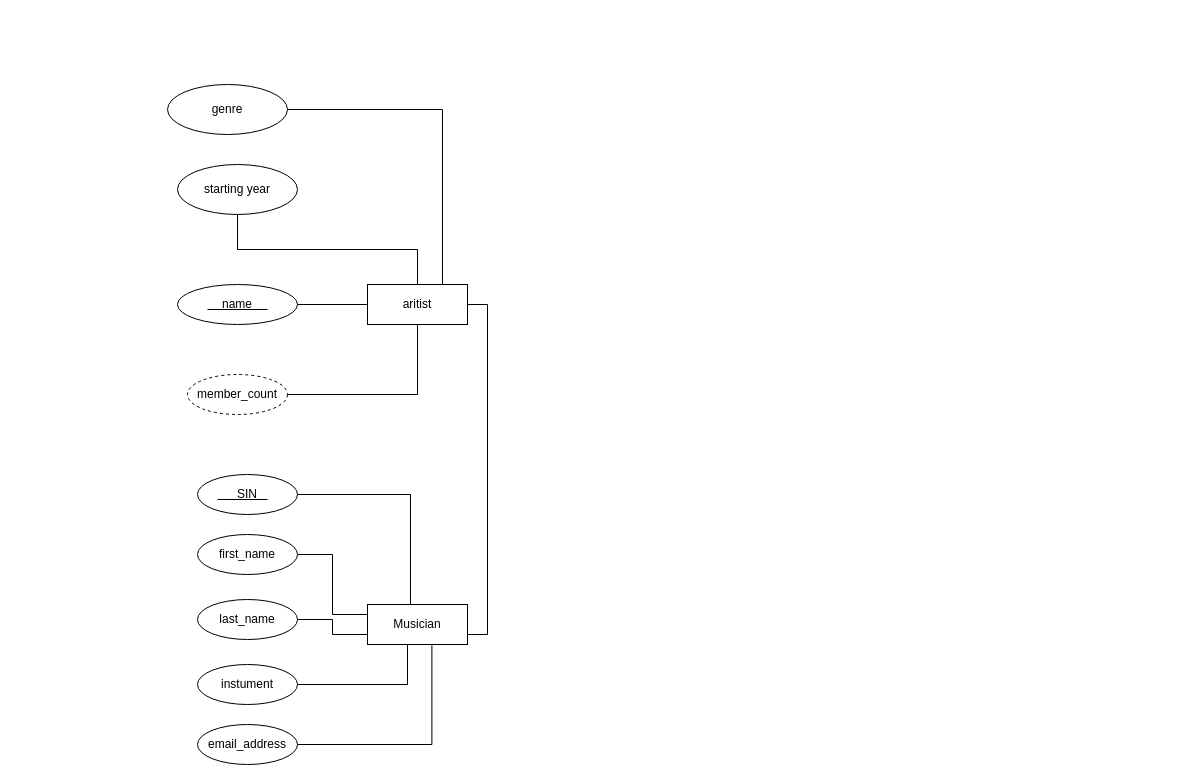
zzzyz7/drawio-storage keeps this draw.io diagram as cmpt354-A1.drawio. Above is the earlier version. Source tidied: cells renumbered, new cells numbered last; positions are measured from the earlier drawing's top-left corner, leaving out a move shared by most shapes. Both pictures are drawn from the tidied source at 100%, with x=0, y=0 at pixel (167, 84).
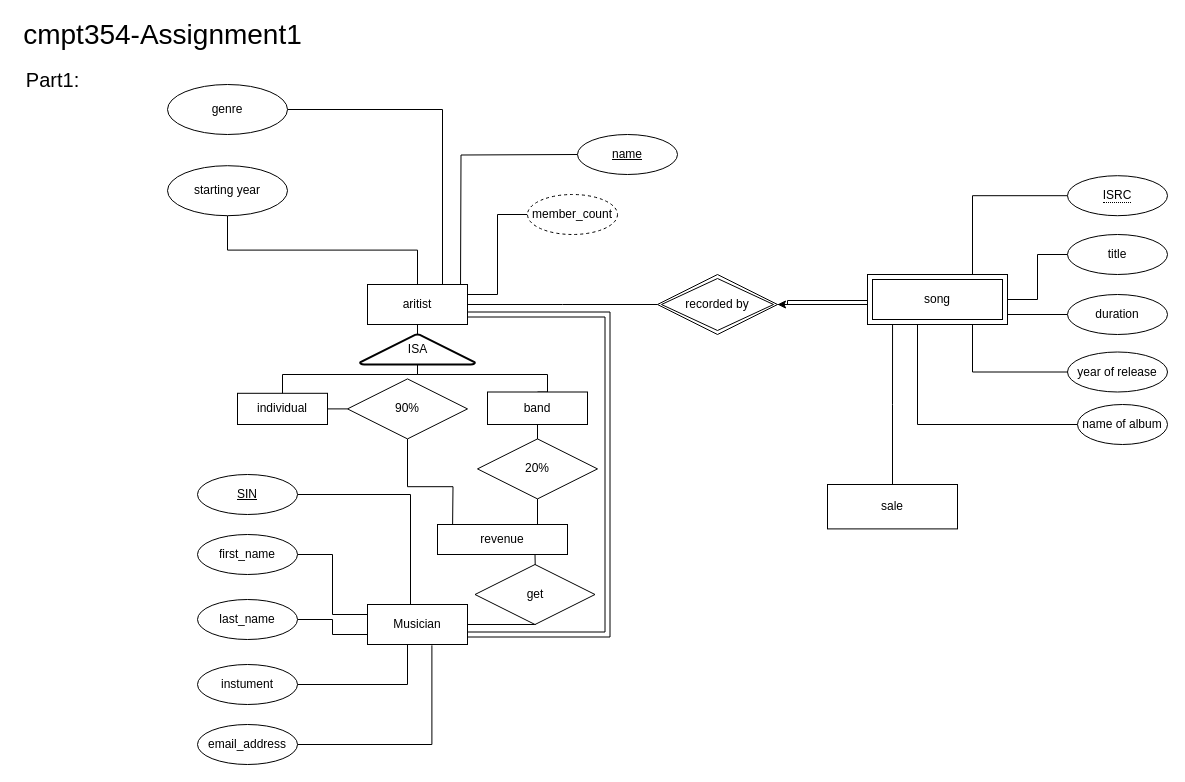
After the change.

Unchanged cells that the change refers to:
```xml
<mxCell id="8" value="aritist" style="whiteSpace=wrap;html=1;align=center;" parent="1" vertex="1">
  <mxGeometry x="200" y="200" width="100" height="40" as="geometry" />
</mxCell>
<mxCell id="13" value="Musician" style="whiteSpace=wrap;html=1;align=center;" parent="1" vertex="1">
  <mxGeometry x="200" y="520" width="100" height="40" as="geometry" />
</mxCell>
```

What changed in the source:
```diff
@@
-    <mxCell id="2" value="name" style="ellipse;whiteSpace=wrap;html=1;" parent="1" vertex="1">
-      <mxGeometry x="10" y="200" width="120" height="40" as="geometry" />
-    </mxCell>
+    <mxCell id="26" style="edgeStyle=orthogonalEdgeStyle;rounded=0;orthogonalLoop=1;jettySize=auto;html=1;exitX=0.5;exitY=1;exitDx=0;exitDy=0;endArrow=none;endFill=0;" parent="1" edge="1">
+      <mxGeometry relative="1" as="geometry">
+        <mxPoint x="410" y="70" as="sourcePoint" />
+        <mxPoint x="293" y="210" as="targetPoint" />
+      </mxGeometry>
+    </mxCell>
@@
     <mxCell id="4" value="starting year" style="ellipse;whiteSpace=wrap;html=1;" parent="1" vertex="1">
-      <mxGeometry x="10" y="80" width="120" height="50" as="geometry" />
+      <mxGeometry y="81.2" width="120" height="50" as="geometry" />
     </mxCell>
@@
+    <mxCell id="27" style="edgeStyle=orthogonalEdgeStyle;rounded=0;jettySize=auto;html=1;entryX=0;entryY=0.5;entryDx=0;entryDy=0;startArrow=none;startFill=0;endArrow=none;endFill=0;" parent="1" edge="1" source="8" target="10">
+      <mxGeometry relative="1" as="geometry">
+        <Array as="points">
+          <mxPoint x="330" y="210" />
+          <mxPoint x="330" y="130" />
+        </Array>
+      </mxGeometry>
+    </mxCell>
-    <mxCell id="7" style="edgeStyle=orthogonalEdgeStyle;rounded=0;jettySize=auto;html=1;exitX=1;exitY=0.5;exitDx=0;exitDy=0;entryX=1;entryY=0.75;entryDx=0;entryDy=0;endArrow=none;endFill=0;" parent="1" edge="1" source="8" target="13">
-      <mxGeometry relative="1" as="geometry" />
+    <mxCell id="7" style="edgeStyle=orthogonalEdgeStyle;rounded=0;jettySize=auto;html=1;exitX=1;exitY=0.75;exitDx=0;exitDy=0;entryX=1;entryY=0.75;entryDx=0;entryDy=0;startArrow=none;startFill=0;endArrow=none;endFill=0;shape=link;width=5;" parent="1" edge="1" source="8" target="13">
+      <mxGeometry relative="1" as="geometry">
+        <Array as="points">
+          <mxPoint x="440" y="230" />
+          <mxPoint x="440" y="550" />
+        </Array>
+      </mxGeometry>
     </mxCell>
+    <mxCell id="28" style="edgeStyle=orthogonalEdgeStyle;rounded=0;jettySize=auto;html=1;entryX=0;entryY=0.5;entryDx=0;entryDy=0;startArrow=none;startFill=0;endArrow=none;endFill=0;" parent="1" edge="1" source="8">
+      <mxGeometry relative="1" as="geometry">
+        <mxPoint x="490" y="220" as="targetPoint" />
+      </mxGeometry>
+    </mxCell>
@@
-    <mxCell id="9" style="edgeStyle=orthogonalEdgeStyle;rounded=0;jettySize=auto;html=1;exitX=1;exitY=0.5;exitDx=0;exitDy=0;entryX=0.5;entryY=1;entryDx=0;entryDy=0;endArrow=none;endFill=0;" parent="1" edge="1" source="10" target="8">
-      <mxGeometry relative="1" as="geometry" />
-    </mxCell>
     <mxCell id="10" value="member_count" style="ellipse;whiteSpace=wrap;html=1;align=center;dashed=1;" parent="1" vertex="1">
-      <mxGeometry x="20" y="290" width="100" height="40" as="geometry" />
+      <mxGeometry x="360" y="110" width="90" height="40" as="geometry" />
     </mxCell>
-    <mxCell id="11" style="endArrow=none;html=1;rounded=0;entryX=1;entryY=0.5;entryDx=0;entryDy=0;" parent="1" edge="1" target="2">
-      <mxGeometry relative="1" as="geometry">
-        <mxPoint x="200" y="220" as="sourcePoint" />
-      </mxGeometry>
-    </mxCell>
@@
+    <mxCell id="29" style="edgeStyle=orthogonalEdgeStyle;rounded=0;jettySize=auto;html=1;entryX=0.75;entryY=1;entryDx=0;entryDy=0;startArrow=none;startFill=0;endArrow=none;endFill=0;" parent="1" edge="1" source="13" target="39">
+      <mxGeometry relative="1" as="geometry">
+        <Array as="points">
+          <mxPoint x="368" y="540" />
+          <mxPoint x="368" y="495" />
+        </Array>
+      </mxGeometry>
+    </mxCell>
@@
-    <mxCell id="14" style="line;strokeWidth=1;dashed=0;labelPosition=right;align=left;verticalAlign=middle;spacingTop=0;spacingLeft=6;" parent="1" vertex="1">
-      <mxGeometry x="40" y="220" width="60" height="10" as="geometry" />
-    </mxCell>
-    <mxCell id="15" style="edgeStyle=orthogonalEdgeStyle;rounded=0;jettySize=auto;html=1;exitX=1;exitY=0.5;exitDx=0;exitDy=0;endArrow=none;endFill=0;entryX=0.5;entryY=0;entryDx=0;entryDy=0;" parent="1" edge="1" source="16" target="13">
+    <mxCell id="15" style="edgeStyle=orthogonalEdgeStyle;rounded=0;jettySize=auto;html=1;exitX=1;exitY=0.5;exitDx=0;exitDy=0;endArrow=none;endFill=0;entryX=0.5;entryY=0;entryDx=0;entryDy=0;" parent="1" edge="1" target="13">
       <mxGeometry relative="1" as="geometry">
+        <mxPoint x="130" y="410" as="sourcePoint" />
         <Array as="points">
           <mxPoint x="243" y="410" />
           <mxPoint x="243" y="520" />
         </Array>
       </mxGeometry>
     </mxCell>
-    <mxCell id="16" value="SIN" style="ellipse;whiteSpace=wrap;html=1;align=center;" parent="1" vertex="1">
-      <mxGeometry x="30" y="390" width="100" height="40" as="geometry" />
-    </mxCell>
-    <mxCell id="17" style="line;strokeWidth=1;dashed=0;labelPosition=right;align=left;verticalAlign=middle;spacingTop=0;spacingLeft=6;" parent="1" vertex="1">
-      <mxGeometry x="50" y="410" width="50" height="10" as="geometry" />
-    </mxCell>
@@
+    <mxCell id="16" value="SIN" style="ellipse;whiteSpace=wrap;html=1;align=center;fontStyle=4;" parent="1" vertex="1">
+      <mxGeometry x="30" y="390" width="100" height="40" as="geometry" />
+    </mxCell>
+    <mxCell id="2" value="name" style="ellipse;whiteSpace=wrap;html=1;align=center;fontStyle=4;" parent="1" vertex="1">
+      <mxGeometry x="410" y="50" width="100" height="40" as="geometry" />
+    </mxCell>
+    <mxCell id="30" style="edgeStyle=orthogonalEdgeStyle;rounded=0;orthogonalLoop=1;jettySize=auto;html=1;exitX=0.5;exitY=1;exitDx=0;exitDy=0;endArrow=none;endFill=0;" parent="1" edge="1">
+      <mxGeometry relative="1" as="geometry">
+        <mxPoint x="390" y="350" as="sourcePoint" />
+        <mxPoint x="390" y="350" as="targetPoint" />
+      </mxGeometry>
+    </mxCell>
+    <mxCell id="31" style="edgeStyle=orthogonalEdgeStyle;rounded=0;jettySize=auto;html=1;exitX=0.5;exitY=0;exitDx=0;exitDy=0;entryX=0.5;entryY=1;entryDx=0;entryDy=0;startArrow=none;startFill=0;endArrow=none;endFill=0;" parent="1" edge="1" source="37" target="8">
+      <mxGeometry relative="1" as="geometry" />
+    </mxCell>
+    <mxCell id="32" style="edgeStyle=orthogonalEdgeStyle;rounded=0;jettySize=auto;html=1;startArrow=none;startFill=0;endArrow=none;endFill=0;" parent="1" edge="1" source="41">
+      <mxGeometry relative="1" as="geometry">
+        <mxPoint x="285" y="450" as="targetPoint" />
+      </mxGeometry>
+    </mxCell>
+    <mxCell id="33" value="individual" style="whiteSpace=wrap;html=1;align=center;" parent="1" vertex="1">
+      <mxGeometry x="70" y="308.8" width="90" height="31.2" as="geometry" />
+    </mxCell>
+    <mxCell id="34" style="edgeStyle=orthogonalEdgeStyle;rounded=0;jettySize=auto;html=1;exitX=0.5;exitY=0;exitDx=0;exitDy=0;startArrow=none;startFill=0;endArrow=none;endFill=0;" parent="1" edge="1" source="36">
+      <mxGeometry relative="1" as="geometry">
+        <mxPoint x="250" y="240" as="targetPoint" />
+        <Array as="points">
+          <mxPoint x="380" y="308" />
+          <mxPoint x="380" y="290" />
+          <mxPoint x="250" y="290" />
+        </Array>
+      </mxGeometry>
+    </mxCell>
+    <mxCell id="35" style="edgeStyle=orthogonalEdgeStyle;rounded=0;jettySize=auto;html=1;entryX=0.832;entryY=0.033;entryDx=0;entryDy=0;entryPerimeter=0;startArrow=none;startFill=0;endArrow=none;endFill=0;" parent="1" edge="1" source="36" target="39">
+      <mxGeometry relative="1" as="geometry">
+        <Array as="points">
+          <mxPoint x="370" y="441" />
+        </Array>
+      </mxGeometry>
+    </mxCell>
+    <mxCell id="36" value="band" style="whiteSpace=wrap;html=1;align=center;" parent="1" vertex="1">
+      <mxGeometry x="320" y="307.5" width="100" height="32.5" as="geometry" />
+    </mxCell>
+    <mxCell id="37" value="ISA" style="strokeWidth=2;html=1;shape=mxgraph.flowchart.extract_or_measurement;whiteSpace=wrap;" parent="1" vertex="1">
+      <mxGeometry x="192.5" y="250" width="115" height="30" as="geometry" />
+    </mxCell>
+    <mxCell id="38" style="edgeStyle=orthogonalEdgeStyle;rounded=0;jettySize=auto;html=1;exitX=0.5;exitY=0;exitDx=0;exitDy=0;entryX=0.5;entryY=1;entryDx=0;entryDy=0;startArrow=none;startFill=0;endArrow=none;endFill=0;" parent="1" edge="1" source="33" target="37">
+      <mxGeometry relative="1" as="geometry">
+        <Array as="points">
+          <mxPoint x="115" y="290" />
+          <mxPoint x="250" y="290" />
+        </Array>
+      </mxGeometry>
+    </mxCell>
+    <mxCell id="39" value="revenue" style="whiteSpace=wrap;html=1;align=center;" parent="1" vertex="1">
+      <mxGeometry x="270" y="440" width="130" height="30" as="geometry" />
+    </mxCell>
+    <mxCell id="40" style="edgeStyle=orthogonalEdgeStyle;shape=link;rounded=0;orthogonalLoop=1;jettySize=auto;html=1;exitX=0.5;exitY=1;exitDx=0;exitDy=0;startArrow=none;startFill=0;endArrow=none;endFill=0;" parent="1" edge="1" source="33" target="33">
+      <mxGeometry relative="1" as="geometry" />
+    </mxCell>
+    <mxCell id="41" value="90%" style="shape=rhombus;perimeter=rhombusPerimeter;whiteSpace=wrap;html=1;align=center;" parent="1" vertex="1">
+      <mxGeometry x="180" y="294.4" width="120" height="60" as="geometry" />
+    </mxCell>
+    <mxCell id="42" style="edgeStyle=orthogonalEdgeStyle;rounded=0;jettySize=auto;html=1;startArrow=none;startFill=0;endArrow=none;endFill=0;" parent="1" edge="1" source="33" target="41">
+      <mxGeometry relative="1" as="geometry" />
+    </mxCell>
+    <mxCell id="43" value="20%" style="shape=rhombus;perimeter=rhombusPerimeter;whiteSpace=wrap;html=1;align=center;" parent="1" vertex="1">
+      <mxGeometry x="310" y="354.4" width="120" height="60" as="geometry" />
+    </mxCell>
+    <mxCell id="44" value="get" style="shape=rhombus;perimeter=rhombusPerimeter;whiteSpace=wrap;html=1;align=center;" parent="1" vertex="1">
+      <mxGeometry x="307.5" y="480" width="120" height="60" as="geometry" />
+    </mxCell>
+    <mxCell id="45" style="edgeStyle=orthogonalEdgeStyle;rounded=0;jettySize=auto;html=1;entryX=1;entryY=0.5;entryDx=0;entryDy=0;startArrow=none;startFill=0;endArrow=none;endFill=0;" parent="1" edge="1" source="47">
+      <mxGeometry relative="1" as="geometry">
+        <mxPoint x="610" y="220" as="targetPoint" />
+        <Array as="points">
+          <mxPoint x="700" y="220" />
+          <mxPoint x="700" y="220" />
+        </Array>
+      </mxGeometry>
+    </mxCell>
+    <mxCell id="46" style="edgeStyle=orthogonalEdgeStyle;rounded=0;jettySize=auto;html=1;exitX=0;exitY=0.5;exitDx=0;exitDy=0;startArrow=none;startFill=0;endArrow=classic;endFill=1;entryX=1;entryY=0.5;entryDx=0;entryDy=0;" parent="1" edge="1" source="47" target="52">
+      <mxGeometry relative="1" as="geometry">
+        <Array as="points">
+          <mxPoint x="800" y="216" />
+          <mxPoint x="620" y="216" />
+          <mxPoint x="620" y="220" />
+        </Array>
+      </mxGeometry>
+    </mxCell>
+    <mxCell id="47" value="song" style="shape=ext;margin=3;double=1;whiteSpace=wrap;html=1;align=center;" parent="1" vertex="1">
+      <mxGeometry x="700" y="190" width="140" height="50" as="geometry" />
+    </mxCell>
+    <mxCell id="48" style="edgeStyle=orthogonalEdgeStyle;rounded=0;jettySize=auto;html=1;exitX=0;exitY=0.5;exitDx=0;exitDy=0;entryX=0.75;entryY=0;entryDx=0;entryDy=0;startArrow=none;startFill=0;endArrow=none;endFill=0;" parent="1" edge="1" source="49" target="47">
+      <mxGeometry relative="1" as="geometry" />
+    </mxCell>
+    <mxCell id="49" value="&lt;span style=&quot;border-bottom: 1px dotted&quot;&gt;ISRC&lt;/span&gt;" style="ellipse;whiteSpace=wrap;html=1;align=center;" parent="1" vertex="1">
+      <mxGeometry x="900" y="91.2" width="100" height="40" as="geometry" />
+    </mxCell>
+    <mxCell id="50" style="edgeStyle=orthogonalEdgeStyle;rounded=0;jettySize=auto;html=1;startArrow=none;startFill=0;endArrow=none;endFill=0;" parent="1" edge="1" source="51" target="47">
+      <mxGeometry relative="1" as="geometry" />
+    </mxCell>
+    <mxCell id="51" value="title" style="ellipse;whiteSpace=wrap;html=1;align=center;" parent="1" vertex="1">
+      <mxGeometry x="900" y="150" width="100" height="40" as="geometry" />
+    </mxCell>
+    <mxCell id="52" value="recorded by" style="shape=rhombus;double=1;perimeter=rhombusPerimeter;whiteSpace=wrap;html=1;align=center;" parent="1" vertex="1">
+      <mxGeometry x="490" y="190" width="120" height="60" as="geometry" />
+    </mxCell>
+    <mxCell id="53" style="edgeStyle=orthogonalEdgeStyle;rounded=0;jettySize=auto;html=1;exitX=0;exitY=0.5;exitDx=0;exitDy=0;entryX=1;entryY=1;entryDx=0;entryDy=0;startArrow=none;startFill=0;endArrow=none;endFill=0;entryPerimeter=0;" parent="1" edge="1" source="54" target="47">
+      <mxGeometry relative="1" as="geometry">
+        <Array as="points">
+          <mxPoint x="840" y="230" />
+        </Array>
+      </mxGeometry>
+    </mxCell>
+    <mxCell id="54" value="duration" style="ellipse;whiteSpace=wrap;html=1;align=center;" parent="1" vertex="1">
+      <mxGeometry x="900" y="210" width="100" height="40" as="geometry" />
+    </mxCell>
+    <mxCell id="55" style="edgeStyle=orthogonalEdgeStyle;rounded=0;jettySize=auto;html=1;entryX=0.75;entryY=1;entryDx=0;entryDy=0;startArrow=none;startFill=0;endArrow=none;endFill=0;" parent="1" edge="1" source="56" target="47">
+      <mxGeometry relative="1" as="geometry" />
+    </mxCell>
+    <mxCell id="56" value="year of release" style="ellipse;whiteSpace=wrap;html=1;align=center;" parent="1" vertex="1">
+      <mxGeometry x="900" y="267.5" width="100" height="40" as="geometry" />
+    </mxCell>
+    <mxCell id="57" style="edgeStyle=orthogonalEdgeStyle;rounded=0;jettySize=auto;html=1;startArrow=none;startFill=0;endArrow=none;endFill=0;" parent="1" edge="1" source="58" target="47">
+      <mxGeometry relative="1" as="geometry">
+        <Array as="points">
+          <mxPoint x="750" y="340" />
+        </Array>
+      </mxGeometry>
+    </mxCell>
+    <mxCell id="58" value="name of album" style="ellipse;whiteSpace=wrap;html=1;align=center;" parent="1" vertex="1">
+      <mxGeometry x="910" y="320" width="90" height="40" as="geometry" />
+    </mxCell>
+    <mxCell id="59" style="edgeStyle=orthogonalEdgeStyle;rounded=0;jettySize=auto;html=1;entryX=0.179;entryY=1;entryDx=0;entryDy=0;entryPerimeter=0;startArrow=none;startFill=0;endArrow=none;endFill=0;" parent="1" edge="1" source="60" target="47">
+      <mxGeometry relative="1" as="geometry" />
+    </mxCell>
+    <mxCell id="60" value="sale" style="whiteSpace=wrap;html=1;align=center;" parent="1" vertex="1">
+      <mxGeometry x="660" y="400" width="130" height="44.4" as="geometry" />
+    </mxCell>
+    <mxCell id="61" value="&lt;font style=&quot;font-size: 28px&quot;&gt;cmpt354-Assignment1&lt;/font&gt;" style="text;html=1;align=center;verticalAlign=middle;strokeColor=none;" parent="1" vertex="1">
+      <mxGeometry x="-150" y="-60" width="290" height="20" as="geometry" />
+    </mxCell>
+    <mxCell id="62" value="Part1:" style="text;html=1;align=center;verticalAlign=middle;strokeColor=none;strokeWidth=8;fontSize=20;fontStyle=0;" parent="1" vertex="1">
+      <mxGeometry x="-150" y="-20" width="70" height="30" as="geometry" />
+    </mxCell>
```
